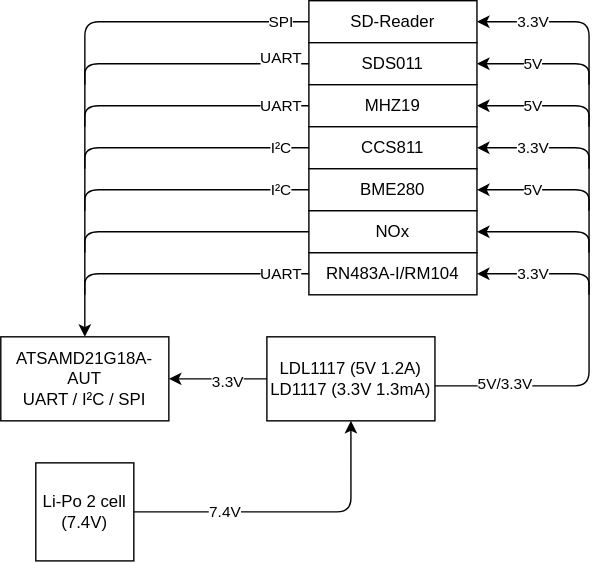
The draw.io diagram assets/BlokDiagram-TechnischDesign.svg in 747oli/Luchtkwaliteitssensor_analyse, before a commit. Source tidied: cells renumbered, new cells last; positions are measured from the earlier drawing's top-left corner, leaving out a move shared by most shapes. Its diagram source:
```xml
<mxGraphModel>
  <root>
    <mxCell id="0" />
    <mxCell id="1" parent="0" />
    <mxCell id="2" value="Li-Po 2 cell&lt;br&gt;(7.4V)" style="whiteSpace=wrap;html=1;" parent="1" vertex="1">
      <mxGeometry x="25" y="330" width="70" height="70" as="geometry" />
    </mxCell>
    <mxCell id="3" value="&lt;span&gt;ATSAMD21G18A-AUT&lt;/span&gt;&lt;br&gt;&lt;span&gt;UART / I²C / SPI&lt;/span&gt;" style="rounded=0;whiteSpace=wrap;html=1;" parent="1" vertex="1">
      <mxGeometry y="240" width="120" height="60" as="geometry" />
    </mxCell>
    <mxCell id="4" value="LDL1117 (5V 1.2A)&lt;br&gt;LD1117 (3.3V 1.3mA)" style="rounded=0;whiteSpace=wrap;html=1;" parent="1" vertex="1">
      <mxGeometry x="190" y="240" width="120" height="60" as="geometry" />
    </mxCell>
    <mxCell id="5" value="SD-Reader" style="rounded=0;whiteSpace=wrap;html=1;" parent="1" vertex="1">
      <mxGeometry x="220" width="120" height="30" as="geometry" />
    </mxCell>
    <mxCell id="6" value="SDS011" style="rounded=0;whiteSpace=wrap;html=1;" parent="1" vertex="1">
      <mxGeometry x="220" y="30" width="120" height="30" as="geometry" />
    </mxCell>
    <mxCell id="7" value="MHZ19" style="rounded=0;whiteSpace=wrap;html=1;" parent="1" vertex="1">
      <mxGeometry x="220" y="60" width="120" height="30" as="geometry" />
    </mxCell>
    <mxCell id="8" value="CCS811" style="rounded=0;whiteSpace=wrap;html=1;" parent="1" vertex="1">
      <mxGeometry x="220" y="90" width="120" height="30" as="geometry" />
    </mxCell>
    <mxCell id="9" value="BME280" style="rounded=0;whiteSpace=wrap;html=1;" parent="1" vertex="1">
      <mxGeometry x="220" y="120" width="120" height="30" as="geometry" />
    </mxCell>
    <mxCell id="10" value="NOx" style="rounded=0;whiteSpace=wrap;html=1;" parent="1" vertex="1">
      <mxGeometry x="220" y="150" width="120" height="30" as="geometry" />
    </mxCell>
    <mxCell id="11" value="RN483A-I/RM104" style="rounded=0;whiteSpace=wrap;html=1;" parent="1" vertex="1">
      <mxGeometry x="220" y="180" width="120" height="30" as="geometry" />
    </mxCell>
    <mxCell id="12" style="edgeStyle=segmentEdgeStyle;endArrow=classic;html=1;entryX=0.5;entryY=0;entryDx=0;entryDy=0;exitX=0;exitY=0.5;exitDx=0;exitDy=0;" parent="1" edge="1" source="5" target="3">
      <mxGeometry relative="1" as="geometry" />
    </mxCell>
    <mxCell id="13" value="SPI" style="edgeLabel;html=1;align=center;verticalAlign=middle;" parent="12" vertex="1">
      <mxGeometry x="-0.66" y="2" relative="1" as="geometry">
        <mxPoint x="44.8" y="-2" as="offset" />
      </mxGeometry>
    </mxCell>
    <mxCell id="14" style="edgeStyle=segmentEdgeStyle;endArrow=classic;html=1;entryX=0.5;entryY=1;entryDx=0;entryDy=0;exitX=1;exitY=0.5;exitDx=0;exitDy=0;" parent="1" edge="1" source="2" target="4">
      <mxGeometry relative="1" as="geometry">
        <Array as="points">
          <mxPoint x="250" y="365" />
        </Array>
      </mxGeometry>
    </mxCell>
    <mxCell id="15" value="7.4V" style="edgeLabel;html=1;align=center;verticalAlign=middle;" parent="14" vertex="1">
      <mxGeometry x="-0.49" y="-3" relative="1" as="geometry">
        <mxPoint x="8.4" y="-3" as="offset" />
      </mxGeometry>
    </mxCell>
    <mxCell id="16" style="edgeStyle=segmentEdgeStyle;endArrow=classic;html=1;entryX=1;entryY=0.5;entryDx=0;entryDy=0;exitX=1;exitY=0.5;exitDx=0;exitDy=0;" parent="1" edge="1" target="5">
      <mxGeometry relative="1" as="geometry">
        <mxPoint x="310" y="275" as="sourcePoint" />
        <Array as="points">
          <mxPoint x="420" y="275" />
          <mxPoint x="420" y="15" />
        </Array>
      </mxGeometry>
    </mxCell>
    <mxCell id="17" value="5V/3.3V" style="edgeLabel;html=1;align=center;verticalAlign=middle;" parent="16" vertex="1">
      <mxGeometry x="-0.79" y="1" relative="1" as="geometry">
        <mxPoint x="3.8" as="offset" />
      </mxGeometry>
    </mxCell>
    <mxCell id="18" style="edgeStyle=segmentEdgeStyle;endArrow=classic;html=1;entryX=1;entryY=0.5;entryDx=0;entryDy=0;" parent="1" edge="1">
      <mxGeometry relative="1" as="geometry">
        <mxPoint x="420" y="60" as="sourcePoint" />
        <mxPoint x="340" y="45" as="targetPoint" />
        <Array as="points">
          <mxPoint x="420" y="45" />
        </Array>
      </mxGeometry>
    </mxCell>
    <mxCell id="19" style="edgeStyle=segmentEdgeStyle;endArrow=classic;html=1;entryX=1;entryY=0.5;entryDx=0;entryDy=0;" parent="1" edge="1">
      <mxGeometry relative="1" as="geometry">
        <mxPoint x="420" y="90" as="sourcePoint" />
        <mxPoint x="340" y="75" as="targetPoint" />
        <Array as="points">
          <mxPoint x="420" y="75" />
        </Array>
      </mxGeometry>
    </mxCell>
    <mxCell id="20" value="5V" style="edgeLabel;html=1;align=center;verticalAlign=middle;" parent="19" vertex="1">
      <mxGeometry x="-0.17" y="-2" relative="1" as="geometry">
        <mxPoint x="-15.7" y="2" as="offset" />
      </mxGeometry>
    </mxCell>
    <mxCell id="21" style="edgeStyle=segmentEdgeStyle;endArrow=classic;html=1;entryX=1;entryY=0.5;entryDx=0;entryDy=0;" parent="1" edge="1">
      <mxGeometry relative="1" as="geometry">
        <mxPoint x="420" y="120" as="sourcePoint" />
        <mxPoint x="340" y="105" as="targetPoint" />
        <Array as="points">
          <mxPoint x="420" y="105" />
        </Array>
      </mxGeometry>
    </mxCell>
    <mxCell id="22" value="3.3V" style="edgeLabel;html=1;align=center;verticalAlign=middle;" parent="21" vertex="1">
      <mxGeometry x="0.34" y="-1" relative="1" as="geometry">
        <mxPoint x="8.4" y="1" as="offset" />
      </mxGeometry>
    </mxCell>
    <mxCell id="23" style="edgeStyle=segmentEdgeStyle;endArrow=classic;html=1;entryX=1;entryY=0.5;entryDx=0;entryDy=0;" parent="1" edge="1">
      <mxGeometry relative="1" as="geometry">
        <mxPoint x="420" y="150" as="sourcePoint" />
        <mxPoint x="340" y="135" as="targetPoint" />
        <Array as="points">
          <mxPoint x="420" y="135" />
        </Array>
      </mxGeometry>
    </mxCell>
    <mxCell id="24" value="5V" style="edgeLabel;html=1;align=center;verticalAlign=middle;" parent="23" vertex="1">
      <mxGeometry x="-0.19" y="-1" relative="1" as="geometry">
        <mxPoint x="-16.4" y="1" as="offset" />
      </mxGeometry>
    </mxCell>
    <mxCell id="25" style="edgeStyle=segmentEdgeStyle;endArrow=classic;html=1;entryX=1;entryY=0.5;entryDx=0;entryDy=0;" parent="1" edge="1">
      <mxGeometry relative="1" as="geometry">
        <mxPoint x="420" y="180" as="sourcePoint" />
        <mxPoint x="340" y="165" as="targetPoint" />
        <Array as="points">
          <mxPoint x="420" y="165" />
        </Array>
      </mxGeometry>
    </mxCell>
    <mxCell id="26" style="edgeStyle=segmentEdgeStyle;endArrow=classic;html=1;entryX=1;entryY=0.5;entryDx=0;entryDy=0;" parent="1" edge="1">
      <mxGeometry relative="1" as="geometry">
        <mxPoint x="420" y="210" as="sourcePoint" />
        <mxPoint x="340" y="195" as="targetPoint" />
        <Array as="points">
          <mxPoint x="420" y="195" />
        </Array>
      </mxGeometry>
    </mxCell>
    <mxCell id="27" value="3.3V" style="edgeLabel;html=1;align=center;verticalAlign=middle;" parent="26" vertex="1">
      <mxGeometry x="-0.04" y="-1" relative="1" as="geometry">
        <mxPoint x="-9.5" y="1" as="offset" />
      </mxGeometry>
    </mxCell>
    <mxCell id="28" style="endArrow=none;html=1;entryX=0;entryY=0.5;entryDx=0;entryDy=0;" parent="1" edge="1">
      <mxGeometry relative="1" as="geometry">
        <mxPoint x="60" y="60" as="sourcePoint" />
        <mxPoint x="220" y="45" as="targetPoint" />
        <Array as="points">
          <mxPoint x="60" y="45" />
        </Array>
      </mxGeometry>
    </mxCell>
    <mxCell id="29" style="endArrow=none;html=1;entryX=0;entryY=0.5;entryDx=0;entryDy=0;" parent="1" edge="1">
      <mxGeometry relative="1" as="geometry">
        <mxPoint x="60" y="90" as="sourcePoint" />
        <mxPoint x="220" y="75" as="targetPoint" />
        <Array as="points">
          <mxPoint x="60" y="75" />
        </Array>
      </mxGeometry>
    </mxCell>
    <mxCell id="30" value="UART" style="edgeLabel;html=1;align=center;verticalAlign=middle;" parent="29" vertex="1">
      <mxGeometry x="0.33" y="-3" relative="1" as="geometry">
        <mxPoint x="39.1" y="-3" as="offset" />
      </mxGeometry>
    </mxCell>
    <mxCell id="31" style="endArrow=none;html=1;entryX=0;entryY=0.5;entryDx=0;entryDy=0;" parent="1" edge="1">
      <mxGeometry relative="1" as="geometry">
        <mxPoint x="60" y="180" as="sourcePoint" />
        <mxPoint x="220" y="165" as="targetPoint" />
        <Array as="points">
          <mxPoint x="60" y="165" />
        </Array>
      </mxGeometry>
    </mxCell>
    <mxCell id="32" style="endArrow=none;html=1;entryX=0;entryY=0.5;entryDx=0;entryDy=0;" parent="1" edge="1">
      <mxGeometry relative="1" as="geometry">
        <mxPoint x="60" y="120" as="sourcePoint" />
        <mxPoint x="220" y="105" as="targetPoint" />
        <Array as="points">
          <mxPoint x="60" y="105" />
        </Array>
      </mxGeometry>
    </mxCell>
    <mxCell id="33" value="I²C" style="edgeLabel;html=1;align=center;verticalAlign=middle;" parent="32" vertex="1">
      <mxGeometry x="0.33" relative="1" as="geometry">
        <mxPoint x="39.1" as="offset" />
      </mxGeometry>
    </mxCell>
    <mxCell id="34" style="endArrow=none;html=1;entryX=0;entryY=0.5;entryDx=0;entryDy=0;" parent="1" edge="1">
      <mxGeometry relative="1" as="geometry">
        <mxPoint x="60" y="150" as="sourcePoint" />
        <mxPoint x="220" y="135" as="targetPoint" />
        <Array as="points">
          <mxPoint x="60" y="135" />
        </Array>
      </mxGeometry>
    </mxCell>
    <mxCell id="35" value="I²C" style="edgeLabel;html=1;align=center;verticalAlign=middle;" parent="34" vertex="1">
      <mxGeometry x="0.3" relative="1" as="geometry">
        <mxPoint x="41.2" as="offset" />
      </mxGeometry>
    </mxCell>
    <mxCell id="36" style="endArrow=none;html=1;entryX=0;entryY=0.5;entryDx=0;entryDy=0;" parent="1" edge="1">
      <mxGeometry relative="1" as="geometry">
        <mxPoint x="60" y="210" as="sourcePoint" />
        <mxPoint x="220" y="195" as="targetPoint" />
        <Array as="points">
          <mxPoint x="60" y="195" />
        </Array>
      </mxGeometry>
    </mxCell>
    <mxCell id="37" value="UART" style="edgeLabel;html=1;align=center;verticalAlign=middle;" parent="36" vertex="1">
      <mxGeometry x="0.67" y="1" relative="1" as="geometry">
        <mxPoint x="8.8" y="1" as="offset" />
      </mxGeometry>
    </mxCell>
    <mxCell id="38" style="edgeStyle=segmentEdgeStyle;endArrow=classic;html=1;entryX=1;entryY=0.5;entryDx=0;entryDy=0;exitX=0;exitY=0.5;exitDx=0;exitDy=0;" parent="1" edge="1" source="4" target="3">
      <mxGeometry relative="1" as="geometry">
        <Array as="points">
          <mxPoint x="170" y="270" />
          <mxPoint x="170" y="270" />
        </Array>
      </mxGeometry>
    </mxCell>
    <mxCell id="39" value="3.3V" style="edgeLabel;html=1;align=center;verticalAlign=middle;" parent="38" vertex="1">
      <mxGeometry x="-0.2" y="2" relative="1" as="geometry" />
    </mxCell>
    <mxCell id="40" value="UART" style="edgeLabel;html=1;align=center;verticalAlign=middle;" parent="1" vertex="1">
      <mxGeometry x="210" y="45" as="geometry">
        <mxPoint x="-10" y="-4" as="offset" />
      </mxGeometry>
    </mxCell>
    <mxCell id="41" value="3.3V" style="edgeLabel;html=1;align=center;verticalAlign=middle;" parent="1" vertex="1">
      <mxGeometry x="380" y="15" as="geometry" />
    </mxCell>
    <mxCell id="42" value="5V" style="edgeLabel;html=1;align=center;verticalAlign=middle;" parent="1" vertex="1">
      <mxGeometry x="380" y="45" as="geometry" />
    </mxCell>
  </root>
</mxGraphModel>
```
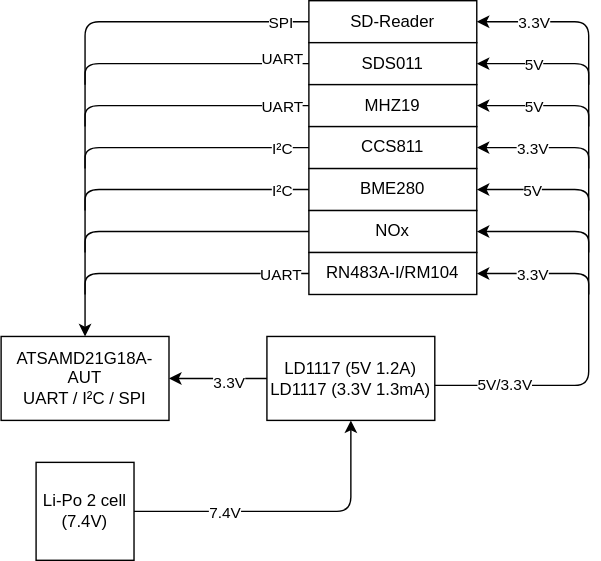
Above is the later version.

Commit message:
Update Functioneel Design; blokdiagram

Change to the diagram source:
```diff
@@ -8,7 +8,7 @@
     <mxCell id="3" value="&lt;span&gt;ATSAMD21G18A-AUT&lt;/span&gt;&lt;br&gt;&lt;span&gt;UART / I²C / SPI&lt;/span&gt;" style="rounded=0;whiteSpace=wrap;html=1;" parent="1" vertex="1">
       <mxGeometry y="240" width="120" height="60" as="geometry" />
     </mxCell>
-    <mxCell id="4" value="LDL1117 (5V 1.2A)&lt;br&gt;LD1117 (3.3V 1.3mA)" style="rounded=0;whiteSpace=wrap;html=1;" parent="1" vertex="1">
+    <mxCell id="4" value="LD1117 (5V 1.2A)&lt;br&gt;LD1117 (3.3V 1.3mA)" style="rounded=0;whiteSpace=wrap;html=1;" parent="1" vertex="1">
       <mxGeometry x="190" y="240" width="120" height="60" as="geometry" />
     </mxCell>
     <mxCell id="5" value="SD-Reader" style="rounded=0;whiteSpace=wrap;html=1;" parent="1" vertex="1">
```
